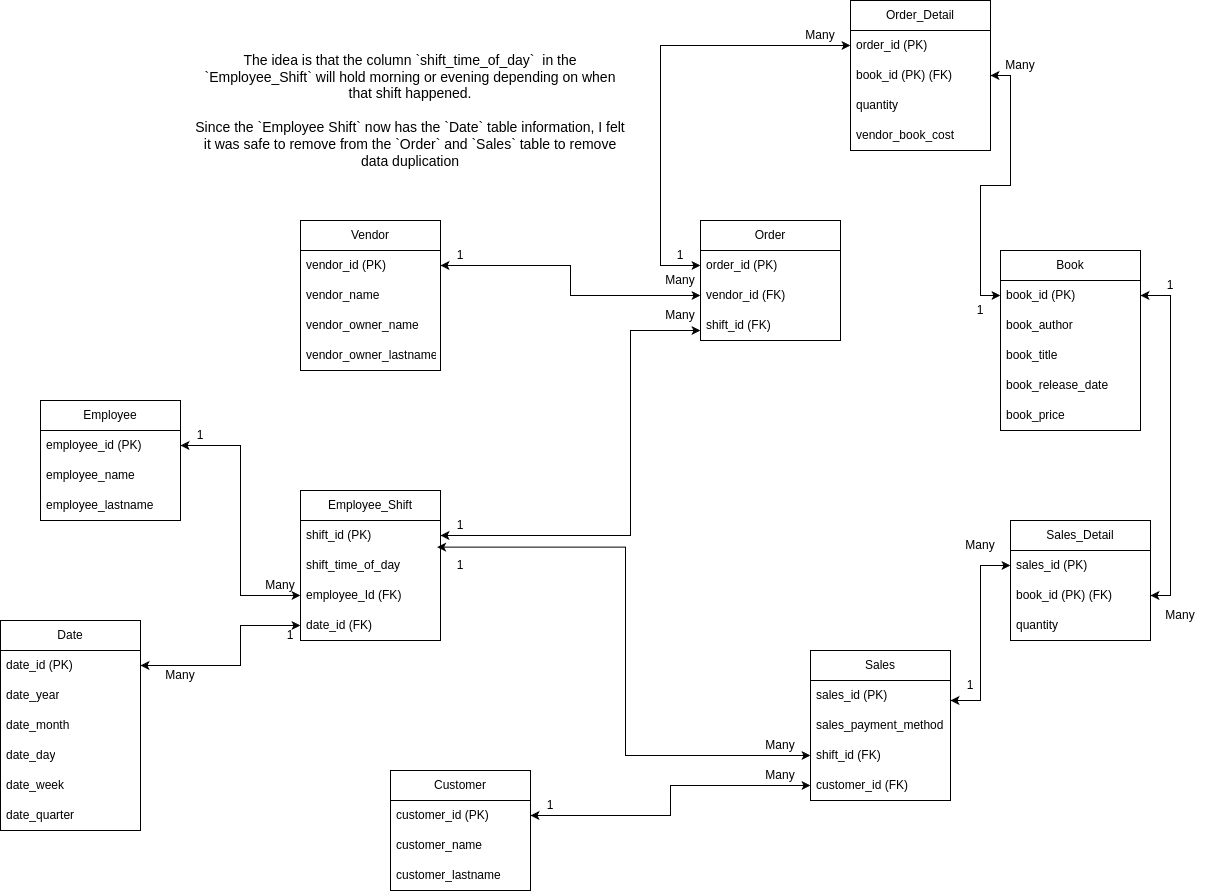
Earlier version of the draw.io export 02_activities/assignments/Bookstore-ERD-Prompt2.drawio.png (NicoForce/sql). Source tidied: cells renumbered, new cells last; positions are measured from the earlier drawing's top-left corner, leaving out a move shared by most shapes.
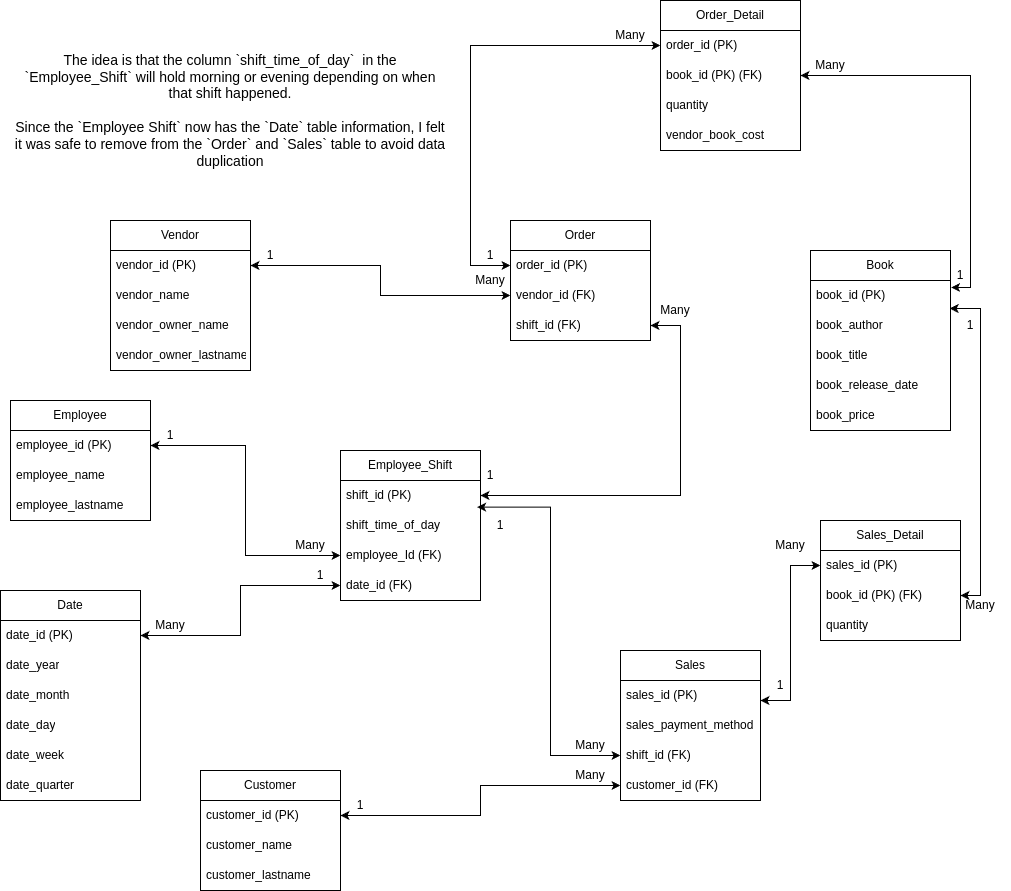
After the change.

Commit message:
Cleaning up prompt 2 diagram

The edit, as a diff of the source:
```diff
@@ -3,7 +3,7 @@
     <mxCell id="0" />
     <mxCell id="1" parent="0" />
     <mxCell id="2" value="Employee" style="swimlane;fontStyle=0;horizontal=1;startSize=30;whiteSpace=wrap;html=1;" parent="1" vertex="1">
-      <mxGeometry x="40" y="400" width="140" height="120" as="geometry" />
+      <mxGeometry x="200" y="400" width="140" height="120" as="geometry" />
     </mxCell>
     <mxCell id="3" value="employee_id (PK)" style="text;strokeColor=none;fillColor=none;align=left;verticalAlign=middle;spacingLeft=4;spacingRight=4;overflow=hidden;points=[[0,0.5],[1,0.5]];portConstraint=eastwest;whiteSpace=wrap;html=1;" parent="2" vertex="1">
       <mxGeometry y="30" width="140" height="30" as="geometry" />
@@ -89,9 +89,6 @@
     <mxCell id="30" style="edgeStyle=orthogonalEdgeStyle;rounded=0;jettySize=auto;html=1;exitX=1;exitY=0.667;exitDx=0;exitDy=0;entryX=0;entryY=0.5;entryDx=0;entryDy=0;startArrow=classic;startFill=1;exitPerimeter=0;" parent="1" edge="1" source="21" target="26">
       <mxGeometry relative="1" as="geometry" />
     </mxCell>
-    <mxCell id="31" style="edgeStyle=orthogonalEdgeStyle;rounded=0;jettySize=auto;html=1;exitX=1;exitY=0.5;exitDx=0;exitDy=0;entryX=1;entryY=0.5;entryDx=0;entryDy=0;startArrow=classic;startFill=1;" parent="1" edge="1" source="11" target="27">
-      <mxGeometry relative="1" as="geometry" />
-    </mxCell>
     <mxCell id="32" value="Vendor" style="swimlane;fontStyle=0;horizontal=1;startSize=30;whiteSpace=wrap;html=1;" parent="1" vertex="1">
       <mxGeometry x="300" y="220" width="140" height="150" as="geometry" />
     </mxCell>
@@ -125,9 +122,6 @@
     <mxCell id="42" style="edgeStyle=orthogonalEdgeStyle;rounded=0;jettySize=auto;html=1;exitX=1;exitY=0.5;exitDx=0;exitDy=0;entryX=0;entryY=0.5;entryDx=0;entryDy=0;startArrow=classic;startFill=1;" parent="1" edge="1" source="33" target="18">
       <mxGeometry relative="1" as="geometry" />
     </mxCell>
-    <mxCell id="43" style="edgeStyle=orthogonalEdgeStyle;rounded=0;jettySize=auto;html=1;exitX=0;exitY=0.5;exitDx=0;exitDy=0;entryX=1;entryY=0.5;entryDx=0;entryDy=0;startArrow=classic;startFill=1;" parent="1" edge="1" source="11" target="39">
-      <mxGeometry relative="1" as="geometry" />
-    </mxCell>
     <mxCell id="44" style="edgeStyle=orthogonalEdgeStyle;rounded=0;jettySize=auto;html=1;exitX=0;exitY=0.5;exitDx=0;exitDy=0;entryX=0;entryY=0.5;entryDx=0;entryDy=0;startArrow=classic;startFill=1;" parent="1" edge="1" source="17" target="38">
       <mxGeometry relative="1" as="geometry">
         <Array as="points">
@@ -137,7 +131,7 @@
       </mxGeometry>
     </mxCell>
     <mxCell id="45" value="Date" style="swimlane;fontStyle=0;horizontal=1;startSize=30;whiteSpace=wrap;html=1;" parent="1" vertex="1">
-      <mxGeometry y="620" width="140" height="210" as="geometry" />
+      <mxGeometry x="190" y="590" width="140" height="210" as="geometry" />
     </mxCell>
     <mxCell id="46" value="date_id (PK)" style="text;strokeColor=none;fillColor=none;align=left;verticalAlign=middle;spacingLeft=4;spacingRight=4;overflow=hidden;points=[[0,0.5],[1,0.5]];portConstraint=eastwest;whiteSpace=wrap;html=1;" parent="45" vertex="1">
       <mxGeometry y="30" width="140" height="30" as="geometry" />
@@ -164,7 +158,7 @@
       <mxGeometry x="750" y="760" width="60" height="30" as="geometry" />
     </mxCell>
     <mxCell id="54" value="1" style="text;html=1;align=center;verticalAlign=middle;whiteSpace=wrap;rounded=0;" parent="1" vertex="1">
-      <mxGeometry x="430" y="550" width="60" height="30" as="geometry" />
+      <mxGeometry x="660" y="510" width="60" height="30" as="geometry" />
     </mxCell>
     <mxCell id="55" value="Many" style="text;html=1;align=center;verticalAlign=middle;whiteSpace=wrap;rounded=0;" parent="1" vertex="1">
       <mxGeometry x="750" y="730" width="60" height="30" as="geometry" />
@@ -173,16 +167,16 @@
       <mxGeometry x="950" y="530" width="60" height="30" as="geometry" />
     </mxCell>
     <mxCell id="57" value="1" style="text;html=1;align=center;verticalAlign=middle;whiteSpace=wrap;rounded=0;" parent="1" vertex="1">
-      <mxGeometry x="950" y="295" width="60" height="30" as="geometry" />
+      <mxGeometry x="1120" y="260" width="60" height="30" as="geometry" />
     </mxCell>
     <mxCell id="58" value="Many" style="text;html=1;align=center;verticalAlign=middle;whiteSpace=wrap;rounded=0;" parent="1" vertex="1">
-      <mxGeometry x="1150" y="600" width="60" height="30" as="geometry" />
+      <mxGeometry x="1140" y="590" width="60" height="30" as="geometry" />
     </mxCell>
     <mxCell id="59" value="1" style="text;html=1;align=center;verticalAlign=middle;whiteSpace=wrap;rounded=0;" parent="1" vertex="1">
-      <mxGeometry x="430" y="510" width="60" height="30" as="geometry" />
+      <mxGeometry x="650" y="460" width="60" height="30" as="geometry" />
     </mxCell>
     <mxCell id="60" value="Many" style="text;html=1;align=center;verticalAlign=middle;whiteSpace=wrap;rounded=0;" parent="1" vertex="1">
-      <mxGeometry x="650" y="300" width="60" height="30" as="geometry" />
+      <mxGeometry x="835" y="295" width="60" height="30" as="geometry" />
     </mxCell>
     <mxCell id="61" value="1" style="text;html=1;align=center;verticalAlign=middle;whiteSpace=wrap;rounded=0;" parent="1" vertex="1">
       <mxGeometry x="430" y="240" width="60" height="30" as="geometry" />
@@ -191,7 +185,7 @@
       <mxGeometry x="650" y="265" width="60" height="30" as="geometry" />
     </mxCell>
     <mxCell id="63" value="1" style="text;html=1;align=center;verticalAlign=middle;whiteSpace=wrap;rounded=0;" parent="1" vertex="1">
-      <mxGeometry x="1140" y="270" width="60" height="30" as="geometry" />
+      <mxGeometry x="1130" y="310" width="60" height="30" as="geometry" />
     </mxCell>
     <mxCell id="64" value="Many" style="text;html=1;align=center;verticalAlign=middle;whiteSpace=wrap;rounded=0;" parent="1" vertex="1">
       <mxGeometry x="990" y="50" width="60" height="30" as="geometry" />
@@ -203,7 +197,7 @@
       <mxGeometry x="790" y="20" width="60" height="30" as="geometry" />
     </mxCell>
     <mxCell id="67" value="Employee_Shift" style="swimlane;fontStyle=0;horizontal=1;startSize=30;whiteSpace=wrap;html=1;" parent="1" vertex="1">
-      <mxGeometry x="300" y="490" width="140" height="150" as="geometry" />
+      <mxGeometry x="530" y="450" width="140" height="150" as="geometry" />
     </mxCell>
     <mxCell id="68" value="shift_id (PK)" style="text;strokeColor=none;fillColor=none;align=left;verticalAlign=middle;spacingLeft=4;spacingRight=4;overflow=hidden;points=[[0,0.5],[1,0.5]];portConstraint=eastwest;whiteSpace=wrap;html=1;" parent="67" vertex="1">
       <mxGeometry y="30" width="140" height="30" as="geometry" />
@@ -217,46 +211,46 @@
     <mxCell id="71" value="date_id (FK)" style="text;strokeColor=none;fillColor=none;align=left;verticalAlign=middle;spacingLeft=4;spacingRight=4;overflow=hidden;points=[[0,0.5],[1,0.5]];portConstraint=eastwest;whiteSpace=wrap;html=1;" parent="67" vertex="1">
       <mxGeometry y="120" width="140" height="30" as="geometry" />
     </mxCell>
-    <mxCell id="72" style="edgeStyle=orthogonalEdgeStyle;rounded=0;jettySize=auto;html=1;exitX=1;exitY=0.5;exitDx=0;exitDy=0;startArrow=classic;startFill=1;" parent="1" edge="1" source="68">
+    <mxCell id="72" style="edgeStyle=orthogonalEdgeStyle;rounded=0;jettySize=auto;html=1;exitX=1;exitY=0.5;exitDx=0;exitDy=0;startArrow=classic;startFill=1;entryX=1;entryY=0.5;entryDx=0;entryDy=0;" parent="1" edge="1" source="68" target="19">
       <mxGeometry relative="1" as="geometry">
-        <mxPoint x="700" y="330" as="targetPoint" />
         <Array as="points">
-          <mxPoint x="630" y="535" />
-          <mxPoint x="630" y="330" />
+          <mxPoint x="870" y="495" />
+          <mxPoint x="870" y="325" />
         </Array>
       </mxGeometry>
     </mxCell>
-    <mxCell id="73" style="edgeStyle=orthogonalEdgeStyle;rounded=0;jettySize=auto;html=1;exitX=1;exitY=0.5;exitDx=0;exitDy=0;entryX=0;entryY=0.5;entryDx=0;entryDy=0;startArrow=classic;startFill=1;" parent="1" edge="1" source="46" target="71">
-      <mxGeometry relative="1" as="geometry">
-        <Array as="points">
-          <mxPoint x="240" y="665" />
-          <mxPoint x="240" y="625" />
-        </Array>
-      </mxGeometry>
-    </mxCell>
     <mxCell id="74" style="edgeStyle=orthogonalEdgeStyle;rounded=0;jettySize=auto;html=1;exitX=0.976;exitY=-0.112;exitDx=0;exitDy=0;entryX=0;entryY=0.5;entryDx=0;entryDy=0;exitPerimeter=0;startArrow=classic;startFill=1;" parent="1" edge="1" source="69" target="23">
       <mxGeometry relative="1" as="geometry" />
     </mxCell>
     <mxCell id="75" style="edgeStyle=orthogonalEdgeStyle;rounded=0;jettySize=auto;html=1;exitX=1;exitY=0.5;exitDx=0;exitDy=0;entryX=0;entryY=0.5;entryDx=0;entryDy=0;startArrow=classic;startFill=1;" parent="1" edge="1" source="3" target="70">
       <mxGeometry relative="1" as="geometry" />
     </mxCell>
-    <mxCell id="76" value="&lt;font style=&quot;font-size: 14px;&quot;&gt;The idea is that the column `shift_time_of_day`&amp;nbsp; in the `Employee_Shift` will hold morning or evening depending on when that shift happened.&lt;/font&gt;&lt;div&gt;&lt;font style=&quot;font-size: 14px;&quot;&gt;&lt;br&gt;&lt;/font&gt;&lt;/div&gt;&lt;div&gt;&lt;font style=&quot;font-size: 14px;&quot;&gt;Since the `Employee Shift` now has the `Date` table information, I felt it was safe to remove from the `Order` and `Sales` table to remove data duplication&lt;/font&gt;&lt;/div&gt;" style="text;html=1;align=center;verticalAlign=middle;whiteSpace=wrap;rounded=0;" parent="1" vertex="1">
-      <mxGeometry x="190" y="40" width="440" height="139" as="geometry" />
+    <mxCell id="76" value="&lt;font style=&quot;font-size: 14px;&quot;&gt;The idea is that the column `shift_time_of_day`&amp;nbsp; in the `Employee_Shift` will hold morning or evening depending on when that shift happened.&lt;/font&gt;&lt;div&gt;&lt;font style=&quot;font-size: 14px;&quot;&gt;&lt;br&gt;&lt;/font&gt;&lt;/div&gt;&lt;div&gt;&lt;font style=&quot;font-size: 14px;&quot;&gt;Since the `Employee Shift` now has the `Date` table information, I felt it was safe to remove from the `Order` and `Sales` table to avoid data duplication&lt;/font&gt;&lt;/div&gt;" style="text;html=1;align=center;verticalAlign=middle;whiteSpace=wrap;rounded=0;" parent="1" vertex="1">
+      <mxGeometry x="200" y="40" width="440" height="139" as="geometry" />
     </mxCell>
     <mxCell id="77" value="1" style="text;html=1;align=center;verticalAlign=middle;whiteSpace=wrap;rounded=0;" parent="1" vertex="1">
-      <mxGeometry x="170" y="420" width="60" height="30" as="geometry" />
+      <mxGeometry x="330" y="420" width="60" height="30" as="geometry" />
     </mxCell>
     <mxCell id="78" value="Many" style="text;html=1;align=center;verticalAlign=middle;whiteSpace=wrap;rounded=0;" parent="1" vertex="1">
-      <mxGeometry x="250" y="570" width="60" height="30" as="geometry" />
+      <mxGeometry x="470" y="530" width="60" height="30" as="geometry" />
     </mxCell>
     <mxCell id="79" value="1" style="text;html=1;align=center;verticalAlign=middle;whiteSpace=wrap;rounded=0;" parent="1" vertex="1">
-      <mxGeometry x="260" y="620" width="60" height="30" as="geometry" />
+      <mxGeometry x="480" y="560" width="60" height="30" as="geometry" />
     </mxCell>
     <mxCell id="80" value="Many" style="text;html=1;align=center;verticalAlign=middle;whiteSpace=wrap;rounded=0;" parent="1" vertex="1">
-      <mxGeometry x="150" y="660" width="60" height="30" as="geometry" />
+      <mxGeometry x="330" y="610" width="60" height="30" as="geometry" />
     </mxCell>
     <mxCell id="81" value="1" style="text;html=1;align=center;verticalAlign=middle;whiteSpace=wrap;rounded=0;" parent="1" vertex="1">
       <mxGeometry x="940" y="670" width="60" height="30" as="geometry" />
     </mxCell>
+    <mxCell id="73" style="edgeStyle=orthogonalEdgeStyle;rounded=0;jettySize=auto;html=1;exitX=1;exitY=0.5;exitDx=0;exitDy=0;startArrow=classic;startFill=1;" parent="1" edge="1" source="46" target="71">
+      <mxGeometry relative="1" as="geometry" />
+    </mxCell>
+    <mxCell id="82" style="edgeStyle=orthogonalEdgeStyle;rounded=0;jettySize=auto;html=1;exitX=1;exitY=0.5;exitDx=0;exitDy=0;entryX=0.994;entryY=0.932;entryDx=0;entryDy=0;entryPerimeter=0;startArrow=classic;startFill=1;" parent="1" edge="1" source="27" target="11">
+      <mxGeometry relative="1" as="geometry" />
+    </mxCell>
+    <mxCell id="83" style="edgeStyle=orthogonalEdgeStyle;rounded=0;jettySize=auto;html=1;exitX=1;exitY=0.5;exitDx=0;exitDy=0;entryX=1.004;entryY=0.233;entryDx=0;entryDy=0;entryPerimeter=0;startArrow=classic;startFill=1;" parent="1" edge="1" source="39" target="11">
+      <mxGeometry relative="1" as="geometry" />
+    </mxCell>
   </root>
 </mxGraphModel>
```
